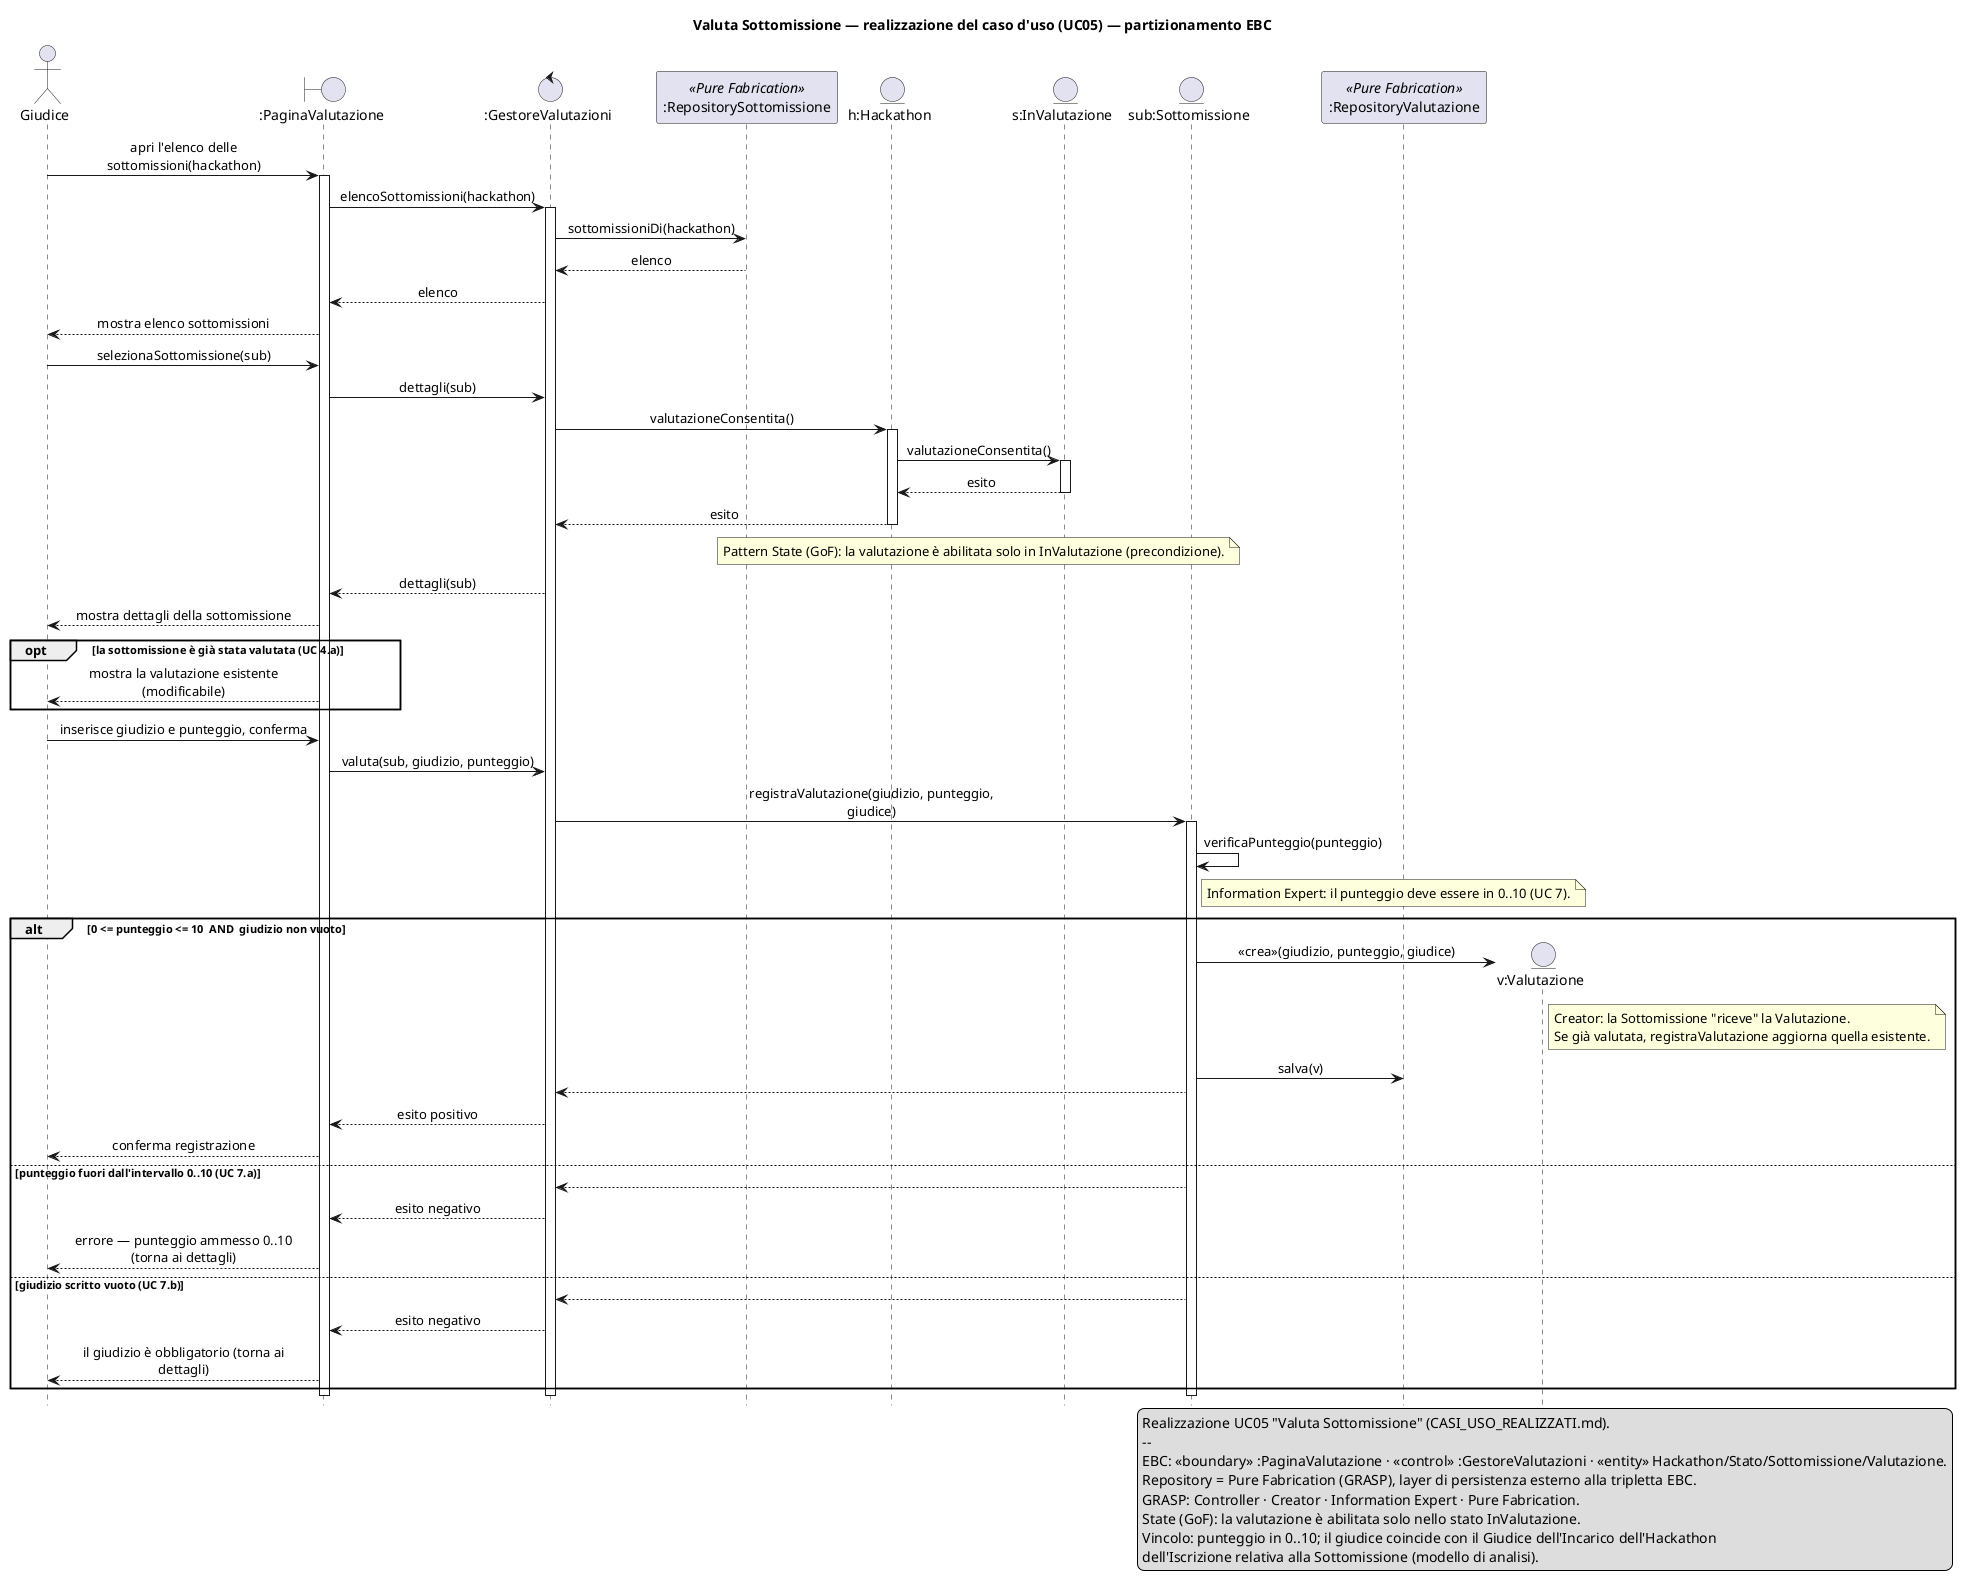
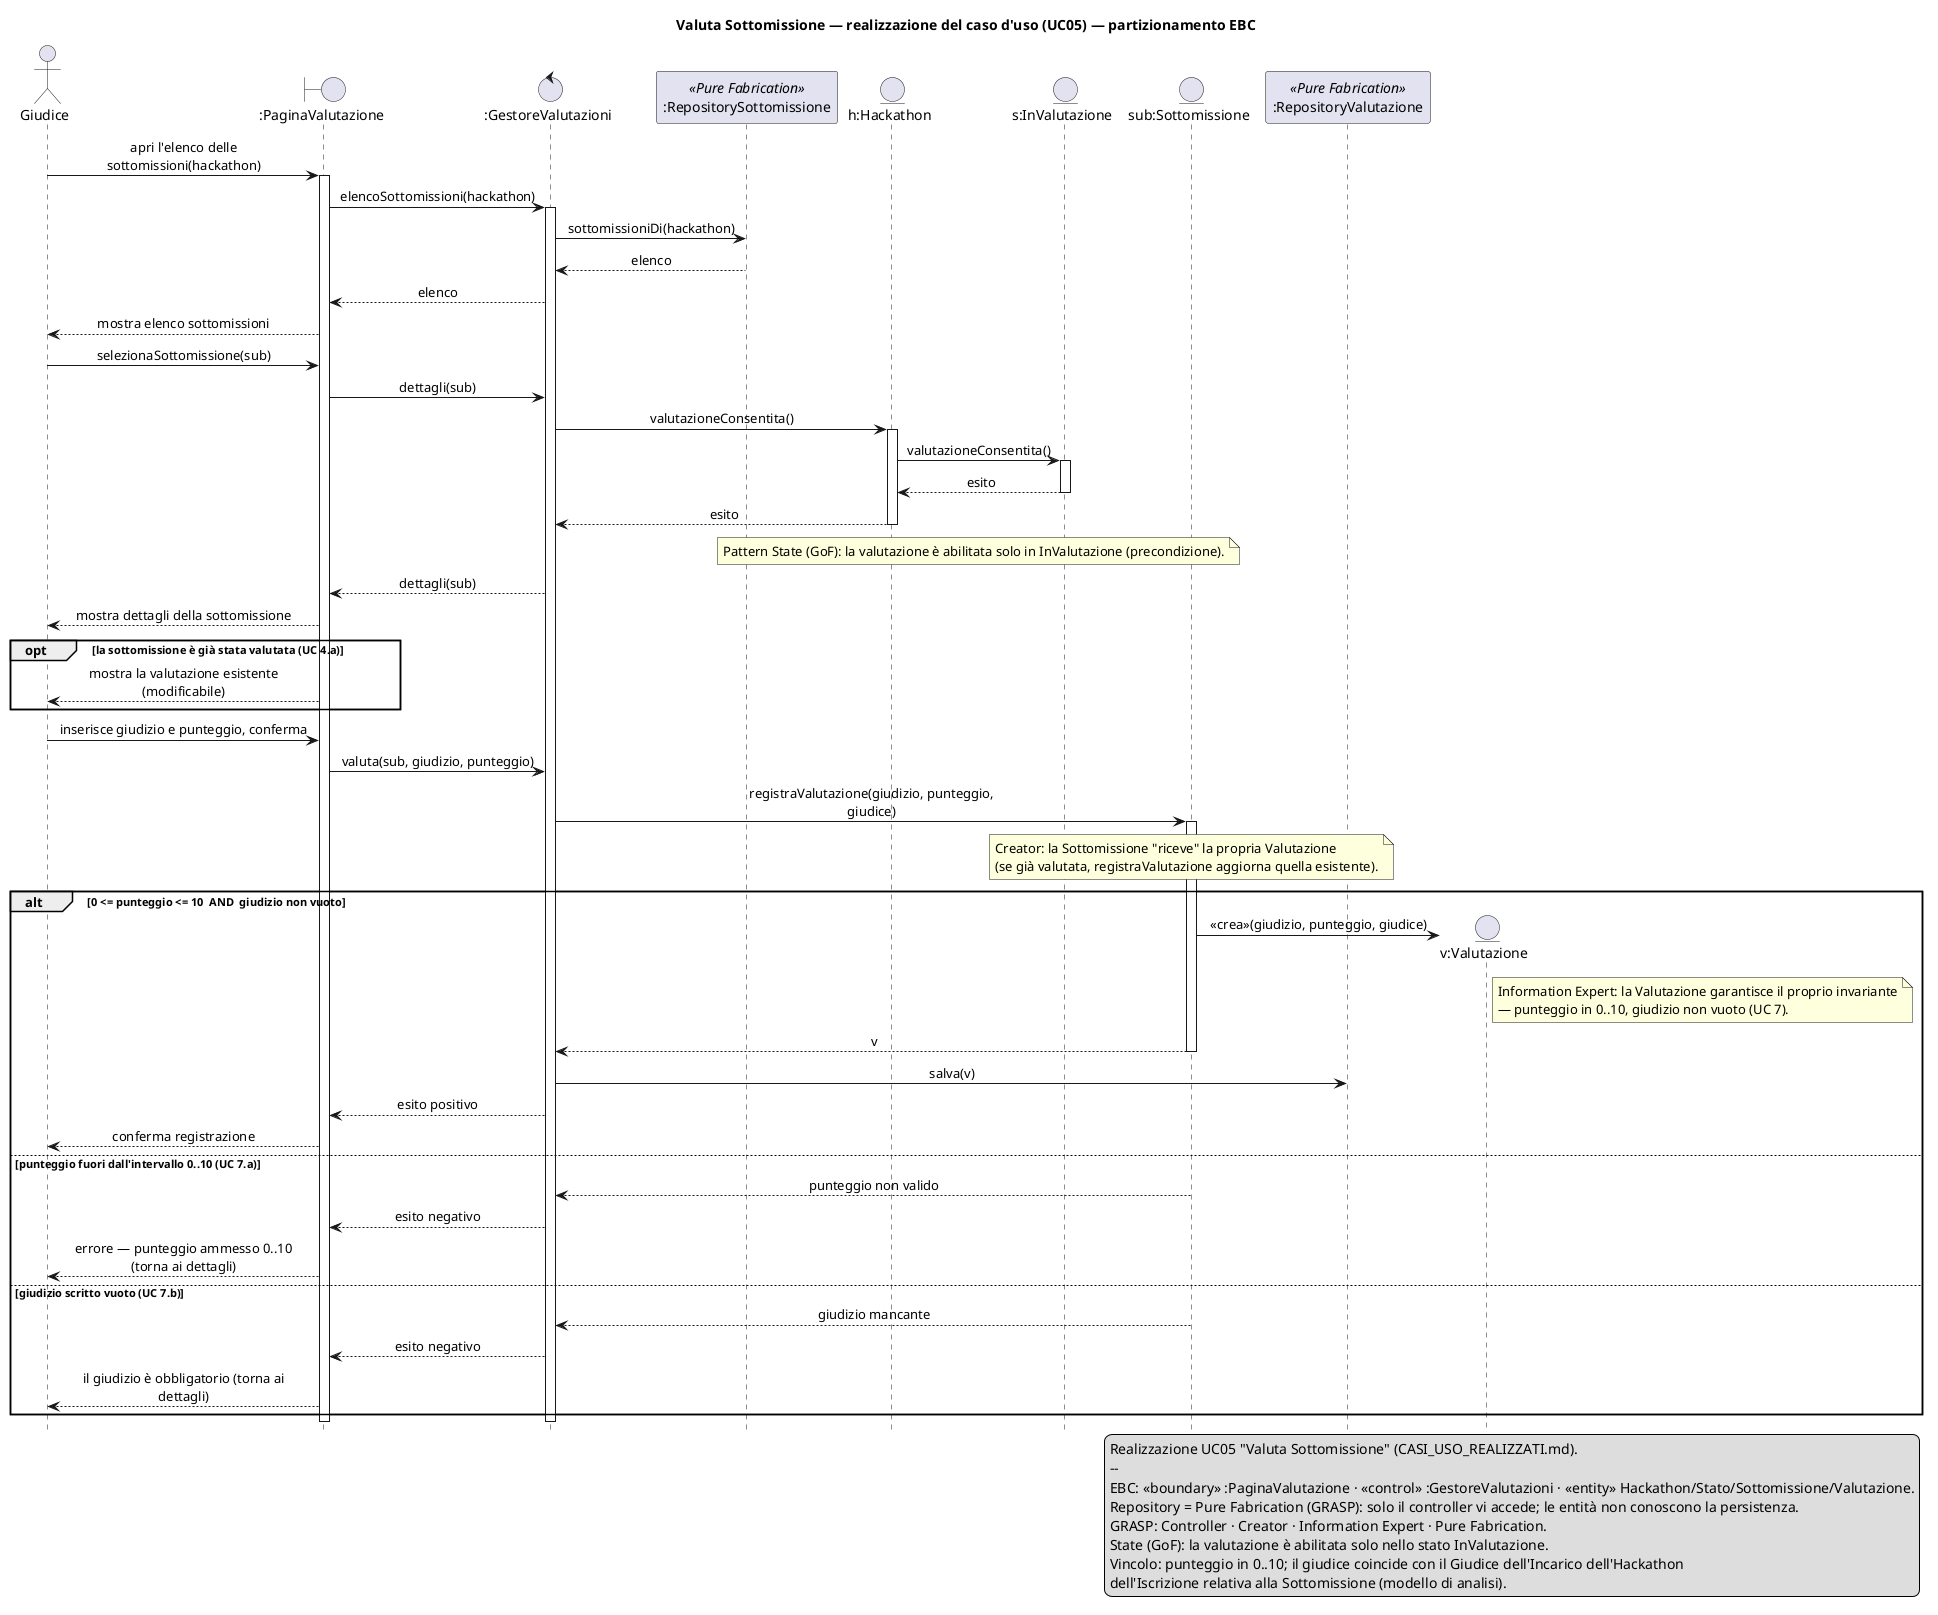
@startuml SEQ_ValutaSottomissione
' DIAGRAMMA DI SEQUENZA - Realizzazione "Valuta Sottomissione" (1a iterazione HackHub, UC05).
' Notazione: UML_05_Interazioni (linee di vita, focus, messaggi sincroni/ritorno/«crea», frammenti alt/opt/loop).
' Stile UML_05 slide 2: niente tipi dei parametri. Coerente con CLASSI_ANALISI_REALIZZATI.puml e CASI_USO_REALIZZATI.md.
' Partizionamento EBC: boundary = pagina UI, control = GestoreValutazioni, entity = Hackathon/Stato/Sottomissione/Valutazione.
- ' GRASP: Controller, Creator (la Sottomissione "riceve" e crea la Valutazione), Information Expert (valida il punteggio 0..10),
- '        Pure Fabrication (Repository: persistenza, complementare all'EBC).
+ ' GRASP: Controller (orchestra e parla con i Repository), Creator (la Sottomissione "riceve"/crea la Valutazione),
+ '        Information Expert (la Valutazione garantisce il proprio invariante punteggio 0..10 e giudizio non vuoto),
+ '        Pure Fabrication (Repository: persistenza, fuori dalla tripletta EBC; vi accede solo il controller).
' Pattern State (GoF): la valutazione è abilitata solo nello stato InValutazione.
hide footbox
skinparam shadowing false
skinparam sequenceMessageAlign center
skinparam maxMessageSize 250

title Valuta Sottomissione — realizzazione del caso d'uso (UC05) — partizionamento EBC

actor "Giudice" as Giu
boundary ":PaginaValutazione" as B
control ":GestoreValutazioni" as GV
participant ":RepositorySottomissione" as RS <<Pure Fabrication>>
entity "h:Hackathon" as H
entity "s:InValutazione" as S
entity "sub:Sottomissione" as Sub
participant ":RepositoryValutazione" as RV <<Pure Fabrication>>

Giu -> B : apri l'elenco delle sottomissioni(hackathon)
activate B
B -> GV : elencoSottomissioni(hackathon)
activate GV
GV -> RS : sottomissioniDi(hackathon)
RS --> GV : elenco
GV --> B : elenco
B --> Giu : mostra elenco sottomissioni

Giu -> B : selezionaSottomissione(sub)
B -> GV : dettagli(sub)
GV -> H : valutazioneConsentita()
activate H
H -> S : valutazioneConsentita()
activate S
S --> H : esito
deactivate S
H --> GV : esito
deactivate H
note over H, S : Pattern State (GoF): la valutazione è abilitata solo in InValutazione (precondizione).
GV --> B : dettagli(sub)
B --> Giu : mostra dettagli della sottomissione

opt la sottomissione è già stata valutata (UC 4.a)
    B --> Giu : mostra la valutazione esistente (modificabile)
end

Giu -> B : inserisce giudizio e punteggio, conferma
B -> GV : valuta(sub, giudizio, punteggio)
GV -> Sub : registraValutazione(giudizio, punteggio, giudice)
activate Sub
- Sub -> Sub : verificaPunteggio(punteggio)
- note right of Sub : Information Expert: il punteggio deve essere in 0..10 (UC 7).
+ note over Sub
+   Creator: la Sottomissione "riceve" la propria Valutazione
+   (se già valutata, registraValutazione aggiorna quella esistente).
+ end note

alt 0 <= punteggio <= 10  AND  giudizio non vuoto
    create entity "v:Valutazione" as V
    Sub -> V : «crea»(giudizio, punteggio, giudice)
    note right of V
-       Creator: la Sottomissione "riceve" la Valutazione.
-       Se già valutata, registraValutazione aggiorna quella esistente.
+       Information Expert: la Valutazione garantisce il proprio invariante
+       — punteggio in 0..10, giudizio non vuoto (UC 7).
    end note
-     Sub -> RV : salva(v)
-     Sub --> GV
+     Sub --> GV : v
+     deactivate Sub
+     GV -> RV : salva(v)
    GV --> B : esito positivo
    B --> Giu : conferma registrazione
else punteggio fuori dall'intervallo 0..10 (UC 7.a)
-     Sub --> GV
+     Sub --> GV : punteggio non valido
+     deactivate Sub
    GV --> B : esito negativo
    B --> Giu : errore — punteggio ammesso 0..10 (torna ai dettagli)
else giudizio scritto vuoto (UC 7.b)
-     Sub --> GV
+     Sub --> GV : giudizio mancante
+     deactivate Sub
    GV --> B : esito negativo
    B --> Giu : il giudizio è obbligatorio (torna ai dettagli)
end
- deactivate Sub
deactivate GV
deactivate B

legend right
  Realizzazione UC05 "Valuta Sottomissione" (CASI_USO_REALIZZATI.md).
  --
  EBC: «boundary» :PaginaValutazione · «control» :GestoreValutazioni · «entity» Hackathon/Stato/Sottomissione/Valutazione.
-   Repository = Pure Fabrication (GRASP), layer di persistenza esterno alla tripletta EBC.
+   Repository = Pure Fabrication (GRASP): solo il controller vi accede; le entità non conoscono la persistenza.
  GRASP: Controller · Creator · Information Expert · Pure Fabrication.
  State (GoF): la valutazione è abilitata solo nello stato InValutazione.
  Vincolo: punteggio in 0..10; il giudice coincide con il Giudice dell'Incarico dell'Hackathon
  dell'Iscrizione relativa alla Sottomissione (modello di analisi).
endlegend
@enduml
